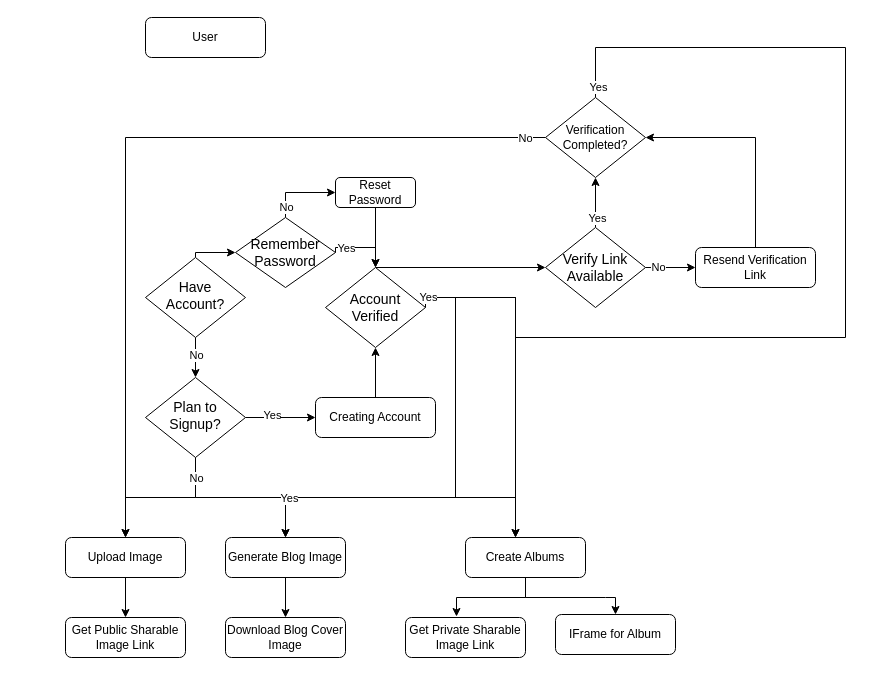
smilegupta/ImageDock keeps this draw.io diagram as src/Images/Untitled Diagram.drawio. Above is the earlier version. Source tidied: cells renumbered, new cells numbered last; positions are measured from the earlier drawing's top-left corner, leaving out a move shared by most shapes. Both pictures are drawn from the tidied source at 100%, with x=0, y=0 at pixel (65, 17).
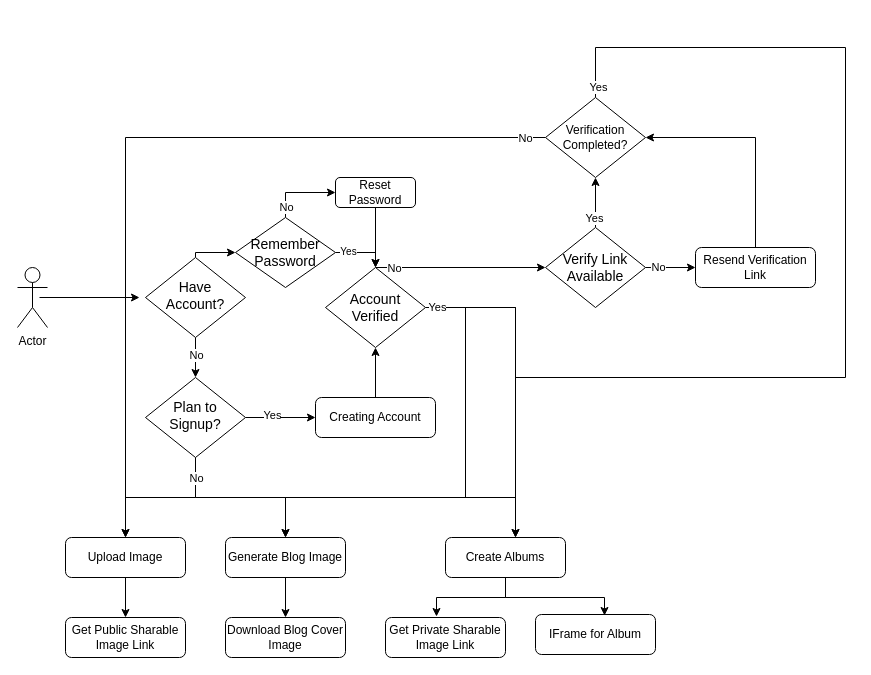
Above is the later version.

Commit message:
Added flow diagram

Unchanged cells that the change refers to:
```xml
<mxCell id="20" value="Generate Blog Image" style="rounded=1;whiteSpace=wrap;html=1;fontSize=12;glass=0;strokeWidth=1;shadow=0;" parent="1" vertex="1">
  <mxGeometry x="160" y="520" width="120" height="40" as="geometry" />
</mxCell>
<mxCell id="30" style="edgeStyle=orthogonalEdgeStyle;rounded=0;jettySize=auto;html=1;exitX=0.5;exitY=0;exitDx=0;exitDy=0;" parent="1" edge="1" source="31" target="38">
  <mxGeometry relative="1" as="geometry">
    <Array as="points">
      <mxPoint x="310" y="250" />
    </Array>
  </mxGeometry>
</mxCell>
<mxCell id="31" value="&lt;font style=&quot;font-size: 14px&quot;&gt;Account Verified&lt;/font&gt;" style="rhombus;whiteSpace=wrap;html=1;" parent="1" vertex="1">
  <mxGeometry x="260" y="250" width="100" height="80" as="geometry" />
</mxCell>
<mxCell id="36" style="edgeStyle=orthogonalEdgeStyle;rounded=0;jettySize=auto;html=1;exitX=0.5;exitY=0;exitDx=0;exitDy=0;entryX=0.5;entryY=1;entryDx=0;entryDy=0;" parent="1" edge="1" source="38" target="43">
  <mxGeometry relative="1" as="geometry" />
</mxCell>
<mxCell id="43" value="Verification&lt;br&gt;Completed?" style="rhombus;whiteSpace=wrap;html=1;" parent="1" vertex="1">
  <mxGeometry x="480" y="80" width="100" height="80" as="geometry" />
</mxCell>
<mxCell id="48" value="&lt;font style=&quot;font-size: 14px&quot;&gt;Remember Password&lt;/font&gt;" style="rhombus;whiteSpace=wrap;html=1;" parent="1" vertex="1">
  <mxGeometry x="170" y="200" width="100" height="70" as="geometry" />
</mxCell>
```

The edit, as a diff of the source:
```diff
@@
-    <mxCell id="2" value="User" style="rounded=1;whiteSpace=wrap;html=1;fontSize=12;glass=0;strokeWidth=1;shadow=0;" parent="1" vertex="1">
-      <mxGeometry x="80" width="120" height="40" as="geometry" />
-    </mxCell>
@@
-    <mxCell id="24" style="edgeStyle=orthogonalEdgeStyle;rounded=0;jettySize=auto;html=1;exitX=0.5;exitY=1;exitDx=0;exitDy=0;entryX=0.5;entryY=0;entryDx=0;entryDy=0;" parent="1" edge="1" source="25" target="33">
+    <mxCell id="24" style="edgeStyle=orthogonalEdgeStyle;rounded=0;jettySize=auto;html=1;exitX=0.5;exitY=1;exitDx=0;exitDy=0;entryX=0.575;entryY=0.025;entryDx=0;entryDy=0;entryPerimeter=0;" parent="1" edge="1" source="25" target="33">
       <mxGeometry relative="1" as="geometry">
         <Array as="points">
-          <mxPoint x="540" y="580" />
-          <mxPoint x="634" y="580" />
+          <mxPoint x="440" y="580" />
+          <mxPoint x="539" y="580" />
         </Array>
       </mxGeometry>
     </mxCell>
     <mxCell id="25" value="Create Albums" style="rounded=1;whiteSpace=wrap;html=1;fontSize=12;glass=0;strokeWidth=1;shadow=0;" parent="1" vertex="1">
-      <mxGeometry x="400" y="520" width="120" height="40" as="geometry" />
+      <mxGeometry x="380" y="520" width="120" height="40" as="geometry" />
     </mxCell>
     <mxCell id="26" style="edgeStyle=orthogonalEdgeStyle;rounded=0;jettySize=auto;html=1;exitX=1;exitY=0.5;exitDx=0;exitDy=0;" parent="1" edge="1" source="31">
       <mxGeometry relative="1" as="geometry">
         <mxPoint x="450" y="520" as="targetPoint" />
         <Array as="points">
-          <mxPoint x="450" y="280" />
+          <mxPoint x="450" y="290" />
         </Array>
       </mxGeometry>
     </mxCell>
@@
     <mxCell id="28" style="edgeStyle=orthogonalEdgeStyle;rounded=0;jettySize=auto;html=1;entryX=0.5;entryY=0;entryDx=0;entryDy=0;" parent="1" edge="1" target="20">
       <mxGeometry relative="1" as="geometry">
         <mxPoint x="220" y="510" as="sourcePoint" />
         <Array as="points">
           <mxPoint x="220" y="480" />
-          <mxPoint x="390" y="480" />
-          <mxPoint x="390" y="280" />
-          <mxPoint x="450" y="280" />
+          <mxPoint x="400" y="480" />
+          <mxPoint x="400" y="290" />
+          <mxPoint x="450" y="290" />
           <mxPoint x="450" y="480" />
           <mxPoint x="220" y="480" />
         </Array>
       </mxGeometry>
     </mxCell>
-    <mxCell id="29" value="Yes" style="edgeLabel;html=1;align=center;verticalAlign=middle;" parent="28" vertex="1">
-      <mxGeometry x="-0.93" y="2" relative="1" as="geometry">
-        <mxPoint y="2" as="offset" />
-      </mxGeometry>
-    </mxCell>
@@
+    <mxCell id="51" value="No" style="edgeLabel;html=1;align=center;verticalAlign=middle;" parent="30" vertex="1">
+      <mxGeometry x="-0.79" relative="1" as="geometry" />
+    </mxCell>
@@
     <mxCell id="32" value="Get Private Sharable Image Link" style="rounded=1;whiteSpace=wrap;html=1;fontSize=12;glass=0;strokeWidth=1;shadow=0;" parent="1" vertex="1">
-      <mxGeometry x="340" y="600" width="120" height="40" as="geometry" />
+      <mxGeometry x="320" y="600" width="120" height="40" as="geometry" />
     </mxCell>
     <mxCell id="33" value="IFrame for Album" style="rounded=1;whiteSpace=wrap;html=1;fontSize=12;glass=0;strokeWidth=1;shadow=0;" parent="1" vertex="1">
-      <mxGeometry x="490" y="597" width="120" height="40" as="geometry" />
+      <mxGeometry x="470" y="597" width="120" height="40" as="geometry" />
     </mxCell>
@@
     <mxCell id="37" value="Yes" style="edgeLabel;html=1;align=center;verticalAlign=middle;" parent="36" vertex="1">
-      <mxGeometry x="-0.6" y="-1" relative="1" as="geometry" />
+      <mxGeometry x="-0.6" y="-1" relative="1" as="geometry">
+        <mxPoint x="-3" as="offset" />
+      </mxGeometry>
     </mxCell>
@@
     <mxCell id="41" style="edgeStyle=orthogonalEdgeStyle;rounded=0;jettySize=auto;html=1;exitX=0.5;exitY=0;exitDx=0;exitDy=0;" parent="1" edge="1" source="43">
       <mxGeometry relative="1" as="geometry">
         <mxPoint x="450" y="520" as="targetPoint" />
         <Array as="points">
           <mxPoint x="530" y="30" />
           <mxPoint x="780" y="30" />
-          <mxPoint x="780" y="320" />
-          <mxPoint x="450" y="320" />
+          <mxPoint x="780" y="360" />
+          <mxPoint x="450" y="360" />
         </Array>
       </mxGeometry>
     </mxCell>
@@
     <mxCell id="44" style="edgeStyle=orthogonalEdgeStyle;rounded=0;jettySize=auto;html=1;exitX=1;exitY=0.5;exitDx=0;exitDy=0;entryX=0.5;entryY=0;entryDx=0;entryDy=0;" parent="1" edge="1" source="48" target="31">
       <mxGeometry relative="1" as="geometry">
         <Array as="points">
-          <mxPoint x="310" y="230" />
+          <mxPoint x="310" y="235" />
         </Array>
       </mxGeometry>
     </mxCell>
-    <mxCell id="45" value="Yes" style="edgeLabel;html=1;align=center;verticalAlign=middle;" parent="44" vertex="1">
+    <mxCell id="45" value="&lt;font style=&quot;font-size: 10px&quot;&gt;Yes&lt;/font&gt;" style="edgeLabel;html=1;align=center;verticalAlign=middle;" parent="44" vertex="1">
       <mxGeometry x="-0.8" y="4" relative="1" as="geometry">
-        <mxPoint x="9" y="4" as="offset" />
+        <mxPoint x="7" y="2" as="offset" />
       </mxGeometry>
     </mxCell>
@@
+    <mxCell id="52" style="edgeStyle=orthogonalEdgeStyle;rounded=0;orthogonalLoop=1;jettySize=auto;html=1;entryX=0;entryY=0.5;entryDx=0;entryDy=0;" parent="1" edge="1">
+      <mxGeometry relative="1" as="geometry">
+        <mxPoint x="-26" y="280" as="sourcePoint" />
+        <mxPoint x="74" y="280" as="targetPoint" />
+        <Array as="points">
+          <mxPoint x="-26" y="280" />
+          <mxPoint x="-26" y="280" />
+        </Array>
+      </mxGeometry>
+    </mxCell>
+    <mxCell id="53" value="Actor" style="shape=umlActor;verticalLabelPosition=bottom;verticalAlign=top;html=1;" parent="1" vertex="1">
+      <mxGeometry x="-48" y="250" width="30" height="60" as="geometry" />
+    </mxCell>
```
